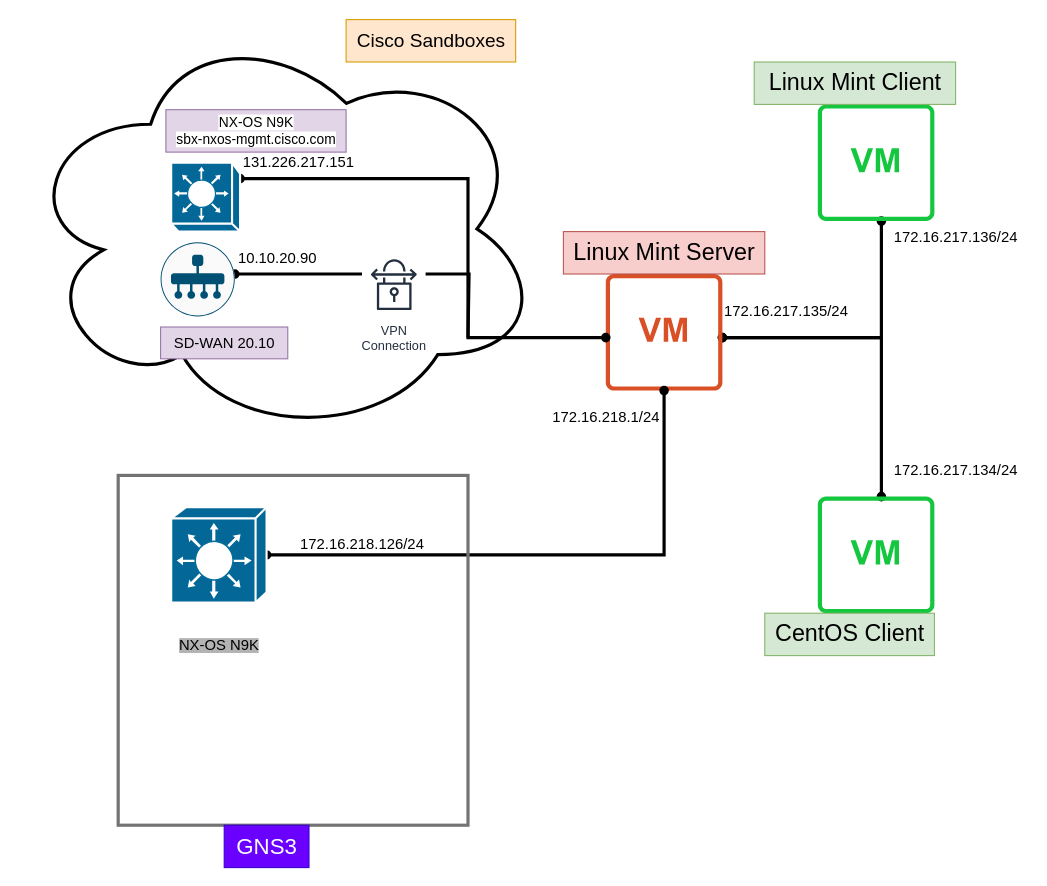
Above: HomeLab.drawio in dragonka79/root (draw.io), before the change. Source tidied: cells renumbered, new cells numbered last; positions are measured from the earlier drawing's top-left corner, leaving out a move shared by most shapes. Both pictures are drawn from the tidied source at 106%, with x=0, y=0 at pixel (20, 19).
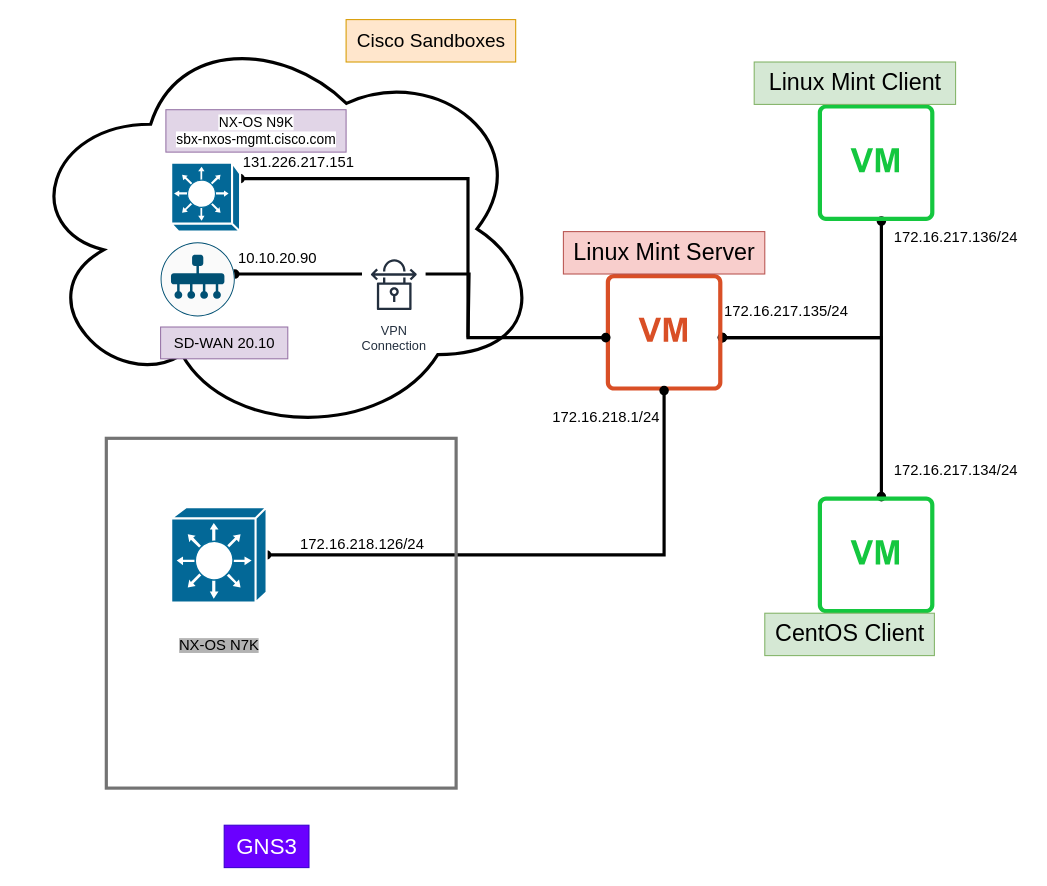
The same diagram, later.

The edit, as a diff of the source:
```diff
@@
-    <mxCell id="16" value="&lt;font style=&quot;--darkreader-inline-bgcolor: #b7aa91; background-color: rgb(179, 179, 179);&quot;&gt;&lt;font style=&quot;font-size: 14px;&quot;&gt;NX-OS N9K&lt;/font&gt;&lt;br&gt;&lt;/font&gt;" style="text;html=1;align=center;verticalAlign=middle;strokeColor=none;fillColor=none;" parent="1" vertex="1">
+    <mxCell id="16" value="&lt;font style=&quot;--darkreader-inline-bgcolor: #b7aa91; background-color: rgb(179, 179, 179);&quot;&gt;&lt;font style=&quot;font-size: 14px;&quot;&gt;NX-OS N7K&lt;/font&gt;&lt;br&gt;&lt;/font&gt;" style="text;html=1;align=center;verticalAlign=middle;strokeColor=none;fillColor=none;" parent="1" vertex="1">
       <mxGeometry x="137" y="575" width="100" height="30" as="geometry" />
     </mxCell>
@@
     <mxCell id="24" style="whiteSpace=wrap;html=1;fillColor=none;strokeWidth=3;strokeColor=#737373;" parent="1" vertex="1">
-      <mxGeometry x="92" y="430" width="330" height="330" as="geometry" />
+      <mxGeometry x="80.8" y="395" width="330" height="330" as="geometry" />
     </mxCell>
```
